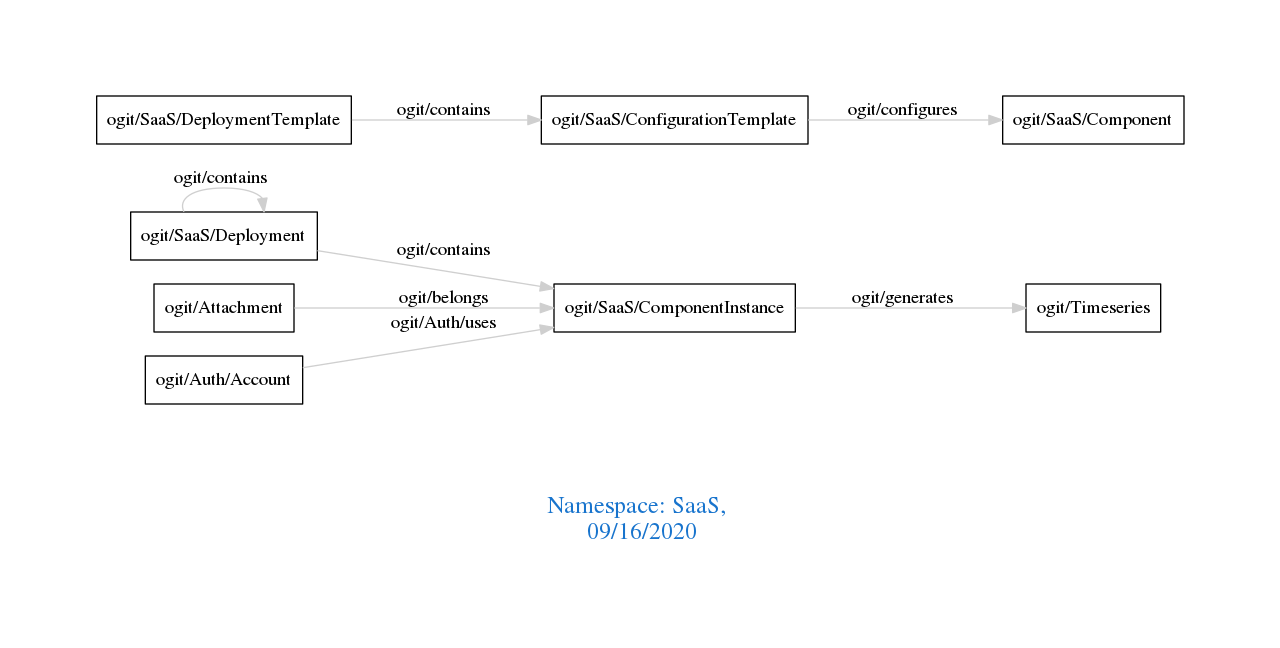
Above: downloads/SaaS.png in arago/OGIT (Graphviz), before the change. Its source is kept beside it as downloads/SaaS.dot.
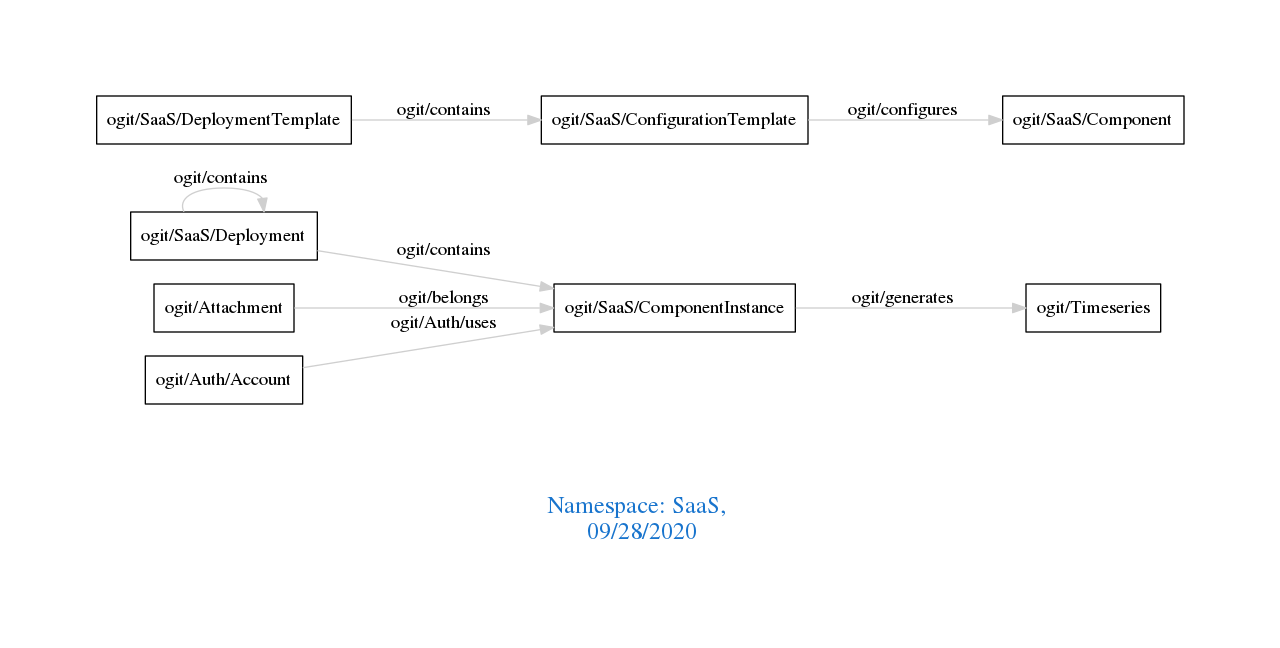
After the commit.

The edit, as a diff of the source:
```diff
@@ -1,7 +1,7 @@
 digraph OGIT_ontology {
  graph [ rankdir= LR,pad=1
 fontsize = 18,
-fontcolor= dodgerblue3,label = "\n\n\nNamespace: SaaS, \n 09/16/2020"];
+fontcolor= dodgerblue3,label = "\n\n\nNamespace: SaaS, \n 09/28/2020"];
 node[shape=polygon];
 edge [  color="gray81"];
 
```
